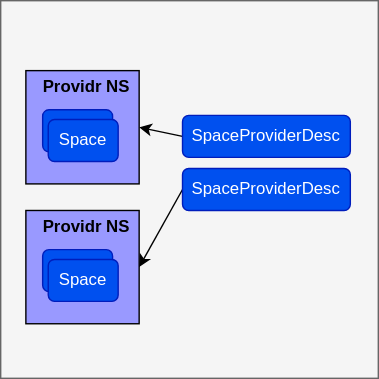
Earlier version of the draw.io export space-framework/docs/SF1.drawio.svg (kubestellar/kubestellar). Source tidied: cells renumbered, new cells last; positions are measured from the earlier drawing's top-left corner, leaving out a move shared by most shapes. Its diagram source:
```xml
<mxGraphModel>
  <root>
    <mxCell id="0" />
    <mxCell id="1" parent="0" />
    <mxCell id="2" style="whiteSpace=wrap;html=1;fillColor=#f5f5f5;strokeColor=#666666;fontColor=#333333;" parent="1" vertex="1">
      <mxGeometry width="270" height="270" as="geometry" />
    </mxCell>
    <mxCell id="3" style="whiteSpace=wrap;html=1;fillColor=#9999FF;" parent="1" vertex="1">
      <mxGeometry x="18" y="50" width="81" height="81" as="geometry" />
    </mxCell>
    <mxCell id="4" value="Space" style="rounded=1;whiteSpace=wrap;html=1;fillColor=#0050ef;fontColor=#ffffff;strokeColor=#001DBC;" parent="1" vertex="1">
      <mxGeometry x="30" y="78" width="50" height="30" as="geometry" />
    </mxCell>
    <mxCell id="5" value="Space" style="rounded=1;whiteSpace=wrap;html=1;fillColor=#0050ef;fontColor=#ffffff;strokeColor=#001DBC;" parent="1" vertex="1">
      <mxGeometry x="34" y="85" width="50" height="30" as="geometry" />
    </mxCell>
    <mxCell id="6" style="edgeStyle=none;rounded=0;jettySize=auto;html=1;exitX=0;exitY=0.5;exitDx=0;exitDy=0;entryX=1;entryY=0.5;entryDx=0;entryDy=0;strokeColor=#000000;" parent="1" edge="1" source="7" target="3">
      <mxGeometry relative="1" as="geometry" />
    </mxCell>
    <mxCell id="7" value="SpaceProviderDesc" style="rounded=1;whiteSpace=wrap;html=1;fillColor=#0050ef;fontColor=#ffffff;strokeColor=#001DBC;" parent="1" vertex="1">
      <mxGeometry x="130" y="82" width="120" height="30" as="geometry" />
    </mxCell>
    <mxCell id="8" value="&lt;font style=&quot;font-size: 12px;&quot;&gt;Providr NS&lt;/font&gt;" style="text;strokeColor=none;fillColor=none;html=1;fontSize=24;fontStyle=1;verticalAlign=middle;align=center;" parent="1" vertex="1">
      <mxGeometry x="11" y="38" width="100" height="40" as="geometry" />
    </mxCell>
    <mxCell id="9" style="whiteSpace=wrap;html=1;fillColor=#9999FF;" parent="1" vertex="1">
      <mxGeometry x="18" y="150" width="81" height="81" as="geometry" />
    </mxCell>
    <mxCell id="10" value="Space" style="rounded=1;whiteSpace=wrap;html=1;fillColor=#0050ef;fontColor=#ffffff;strokeColor=#001DBC;" parent="1" vertex="1">
      <mxGeometry x="30" y="178" width="50" height="30" as="geometry" />
    </mxCell>
    <mxCell id="11" value="Space" style="rounded=1;whiteSpace=wrap;html=1;fillColor=#0050ef;fontColor=#ffffff;strokeColor=#001DBC;" parent="1" vertex="1">
      <mxGeometry x="34" y="185" width="50" height="30" as="geometry" />
    </mxCell>
    <mxCell id="12" style="edgeStyle=none;rounded=0;jettySize=auto;html=1;entryX=1;entryY=0.5;entryDx=0;entryDy=0;strokeColor=#000000;" parent="1" edge="1" target="9">
      <mxGeometry relative="1" as="geometry">
        <mxPoint x="130" y="135" as="sourcePoint" />
      </mxGeometry>
    </mxCell>
    <mxCell id="13" value="SpaceProviderDesc" style="rounded=1;whiteSpace=wrap;html=1;fillColor=#0050ef;fontColor=#ffffff;strokeColor=#001DBC;" parent="1" vertex="1">
      <mxGeometry x="130" y="120" width="120" height="30" as="geometry" />
    </mxCell>
    <mxCell id="14" value="&lt;font style=&quot;font-size: 12px;&quot;&gt;Providr NS&lt;/font&gt;" style="text;strokeColor=none;fillColor=none;html=1;fontSize=24;fontStyle=1;verticalAlign=middle;align=center;" parent="1" vertex="1">
      <mxGeometry x="11" y="138" width="100" height="40" as="geometry" />
    </mxCell>
  </root>
</mxGraphModel>
```
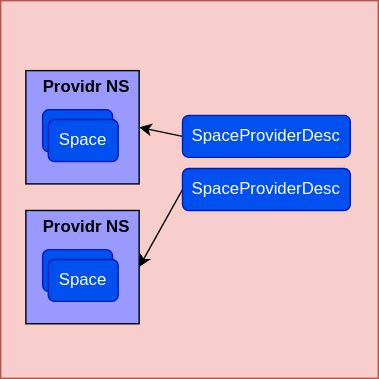
Above is the later version.

Diff of the diagram source:
```diff
@@ -2,7 +2,7 @@
   <root>
     <mxCell id="0" />
     <mxCell id="1" parent="0" />
-    <mxCell id="2" style="whiteSpace=wrap;html=1;fillColor=#f5f5f5;strokeColor=#666666;fontColor=#333333;" parent="1" vertex="1">
+    <mxCell id="2" style="whiteSpace=wrap;html=1;fillColor=#f8cecc;strokeColor=#b85450;verticalAlign=top;" parent="1" vertex="1">
       <mxGeometry width="270" height="270" as="geometry" />
     </mxCell>
     <mxCell id="3" style="whiteSpace=wrap;html=1;fillColor=#9999FF;" parent="1" vertex="1">
```
